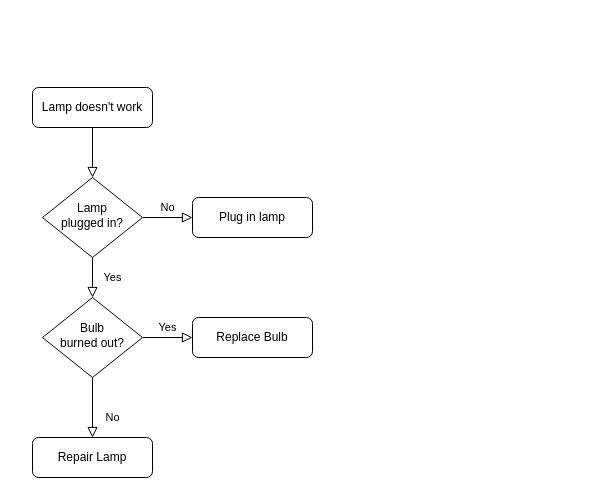
This is product_sedkill.drawio from maciaymd/draw.io, a draw.io file, before an edit. Source tidied: cells renumbered, new cells numbered last; positions are measured from the earlier drawing's top-left corner, leaving out a move shared by most shapes. Both pictures are drawn from the tidied source at 100%, with x=0, y=0 at pixel (32, 87).
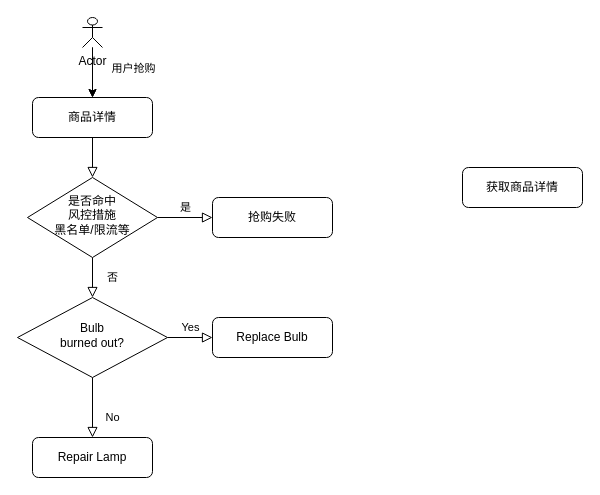
Above is the later version.

The edit, as a diff of the source:
```diff
@@
 <mxGraphModel>
   <root>
     <mxCell id="0" />
     <mxCell id="1" parent="0" />
     <mxCell id="2" style="rounded=0;html=1;jettySize=auto;fontSize=11;endArrow=block;endFill=0;endSize=8;strokeWidth=1;shadow=0;labelBackgroundColor=none;edgeStyle=orthogonalEdgeStyle;" parent="1" edge="1" source="3" target="6">
       <mxGeometry relative="1" as="geometry" />
     </mxCell>
-    <mxCell id="3" value="Lamp doesn't work" style="rounded=1;whiteSpace=wrap;html=1;fontSize=12;glass=0;strokeWidth=1;shadow=0;" parent="1" vertex="1">
-      <mxGeometry width="120" height="40" as="geometry" />
+    <mxCell id="3" value="商品详情" style="rounded=1;whiteSpace=wrap;html=1;fontSize=12;glass=0;strokeWidth=1;shadow=0;" parent="1" vertex="1">
+      <mxGeometry y="10" width="120" height="40" as="geometry" />
     </mxCell>
-    <mxCell id="4" value="Yes" style="rounded=0;html=1;jettySize=auto;fontSize=11;endArrow=block;endFill=0;endSize=8;strokeWidth=1;shadow=0;labelBackgroundColor=none;edgeStyle=orthogonalEdgeStyle;" parent="1" edge="1" source="6" target="10">
+    <mxCell id="4" value="否" style="rounded=0;html=1;jettySize=auto;fontSize=11;endArrow=block;endFill=0;endSize=8;strokeWidth=1;shadow=0;labelBackgroundColor=none;edgeStyle=orthogonalEdgeStyle;" parent="1" edge="1" source="6" target="10">
       <mxGeometry y="20" relative="1" as="geometry" />
     </mxCell>
-    <mxCell id="5" value="No" style="edgeStyle=orthogonalEdgeStyle;rounded=0;html=1;jettySize=auto;fontSize=11;endArrow=block;endFill=0;endSize=8;strokeWidth=1;shadow=0;labelBackgroundColor=none;" parent="1" edge="1" source="6" target="7">
+    <mxCell id="5" value="是" style="edgeStyle=orthogonalEdgeStyle;rounded=0;html=1;jettySize=auto;fontSize=11;endArrow=block;endFill=0;endSize=8;strokeWidth=1;shadow=0;labelBackgroundColor=none;" parent="1" edge="1" source="6" target="7">
       <mxGeometry y="10" relative="1" as="geometry" />
     </mxCell>
-    <mxCell id="6" value="Lamp&lt;br&gt;plugged in?" style="rhombus;whiteSpace=wrap;html=1;shadow=0;fontFamily=Helvetica;fontSize=12;align=center;strokeWidth=1;spacing=6;spacingTop=-4;" parent="1" vertex="1">
-      <mxGeometry x="10" y="90" width="100" height="80" as="geometry" />
+    <mxCell id="6" value="是否命中&lt;br&gt;风控措施&lt;br&gt;黑名单/限流等" style="rhombus;whiteSpace=wrap;html=1;shadow=0;fontFamily=Helvetica;fontSize=12;align=center;strokeWidth=1;spacing=6;spacingTop=-4;" parent="1" vertex="1">
+      <mxGeometry x="-5" y="90" width="130" height="80" as="geometry" />
     </mxCell>
-    <mxCell id="7" value="Plug in lamp" style="rounded=1;whiteSpace=wrap;html=1;fontSize=12;glass=0;strokeWidth=1;shadow=0;" parent="1" vertex="1">
-      <mxGeometry x="160" y="110" width="120" height="40" as="geometry" />
+    <mxCell id="7" value="抢购失败" style="rounded=1;whiteSpace=wrap;html=1;fontSize=12;glass=0;strokeWidth=1;shadow=0;" parent="1" vertex="1">
+      <mxGeometry x="180" y="110" width="120" height="40" as="geometry" />
     </mxCell>
     <mxCell id="8" value="No" style="rounded=0;html=1;jettySize=auto;fontSize=11;endArrow=block;endFill=0;endSize=8;strokeWidth=1;shadow=0;labelBackgroundColor=none;edgeStyle=orthogonalEdgeStyle;" parent="1" edge="1" source="10" target="11">
       <mxGeometry x="0.33" y="20" relative="1" as="geometry" />
     </mxCell>
     <mxCell id="9" value="Yes" style="edgeStyle=orthogonalEdgeStyle;rounded=0;html=1;jettySize=auto;fontSize=11;endArrow=block;endFill=0;endSize=8;strokeWidth=1;shadow=0;labelBackgroundColor=none;" parent="1" edge="1" source="10" target="12">
       <mxGeometry y="10" relative="1" as="geometry" />
     </mxCell>
     <mxCell id="10" value="Bulb&lt;br&gt;burned out?" style="rhombus;whiteSpace=wrap;html=1;shadow=0;fontFamily=Helvetica;fontSize=12;align=center;strokeWidth=1;spacing=6;spacingTop=-4;" parent="1" vertex="1">
-      <mxGeometry x="10" y="210" width="100" height="80" as="geometry" />
+      <mxGeometry x="-15" y="210" width="150" height="80" as="geometry" />
     </mxCell>
     <mxCell id="11" value="Repair Lamp" style="rounded=1;whiteSpace=wrap;html=1;fontSize=12;glass=0;strokeWidth=1;shadow=0;" parent="1" vertex="1">
       <mxGeometry y="350" width="120" height="40" as="geometry" />
     </mxCell>
     <mxCell id="12" value="Replace Bulb" style="rounded=1;whiteSpace=wrap;html=1;fontSize=12;glass=0;strokeWidth=1;shadow=0;" parent="1" vertex="1">
-      <mxGeometry x="160" y="230" width="120" height="40" as="geometry" />
+      <mxGeometry x="180" y="230" width="120" height="40" as="geometry" />
     </mxCell>
+    <mxCell id="13" value="获取商品详情" style="rounded=1;whiteSpace=wrap;html=1;fontSize=12;glass=0;strokeWidth=1;shadow=0;" parent="1" vertex="1">
+      <mxGeometry x="430" y="80" width="120" height="40" as="geometry" />
+    </mxCell>
+    <mxCell id="14" style="edgeStyle=orthogonalEdgeStyle;rounded=0;jettySize=auto;html=1;" parent="1" edge="1" source="17" target="3">
+      <mxGeometry relative="1" as="geometry" />
+    </mxCell>
+    <mxCell id="15" value="用户抢购" style="edgeLabel;html=1;align=center;verticalAlign=middle;" parent="14" vertex="1">
+      <mxGeometry x="0.32" relative="1" as="geometry">
+        <mxPoint x="40" y="-13" as="offset" />
+      </mxGeometry>
+    </mxCell>
+    <mxCell id="16" style="edgeStyle=orthogonalEdgeStyle;rounded=0;jettySize=auto;html=1;" parent="1" edge="1" source="17" target="3">
+      <mxGeometry relative="1" as="geometry" />
+    </mxCell>
+    <mxCell id="17" value="Actor" style="shape=umlActor;verticalLabelPosition=bottom;verticalAlign=top;html=1;outlineConnect=0;" parent="1" vertex="1">
+      <mxGeometry x="50" y="-70" width="20" height="30" as="geometry" />
+    </mxCell>
   </root>
 </mxGraphModel>
```
